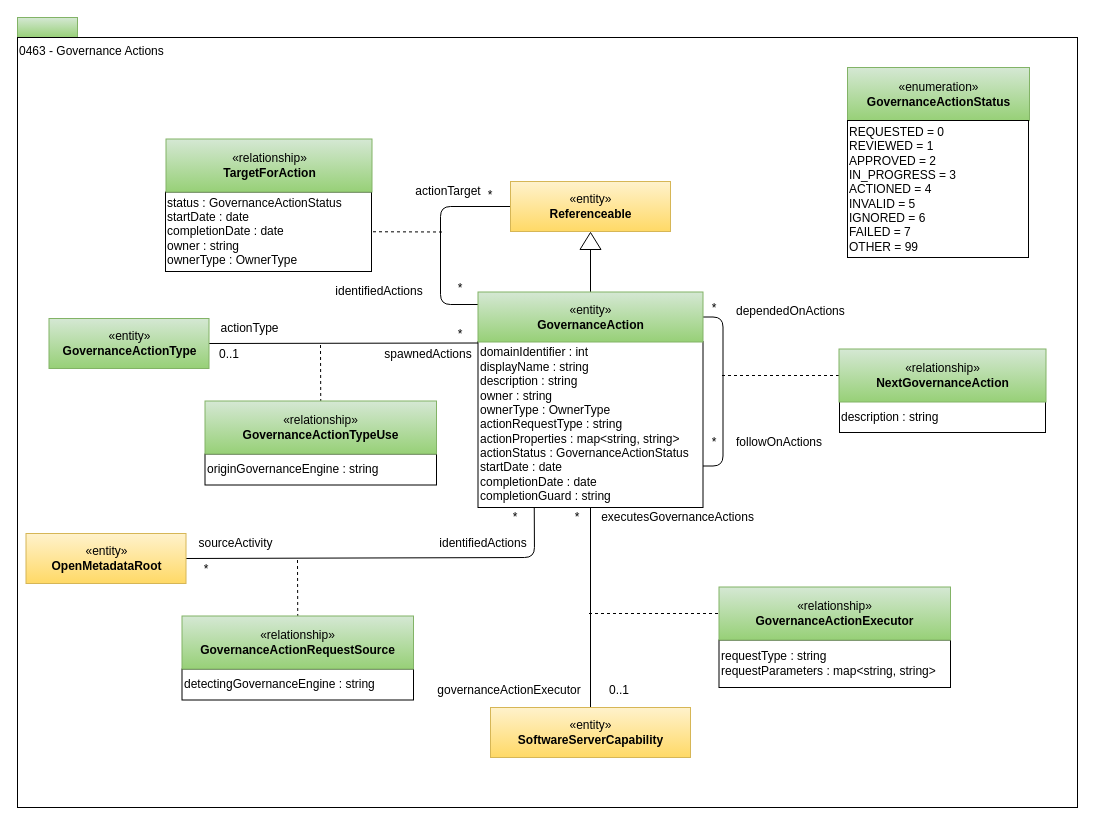
Above: page "0463-Governance-Actions" (23 of 28) of open-metadata-publication/website/open-metadata-types/area-4-governance.drawio in odpi/egeria (draw.io), before the change. Source tidied: cells renumbered, new cells numbered last; positions are measured from the earlier drawing's top-left corner, leaving out a move shared by most shapes. Both pictures are drawn from the tidied source at 100%, with x=0, y=0 at pixel (17, 17).
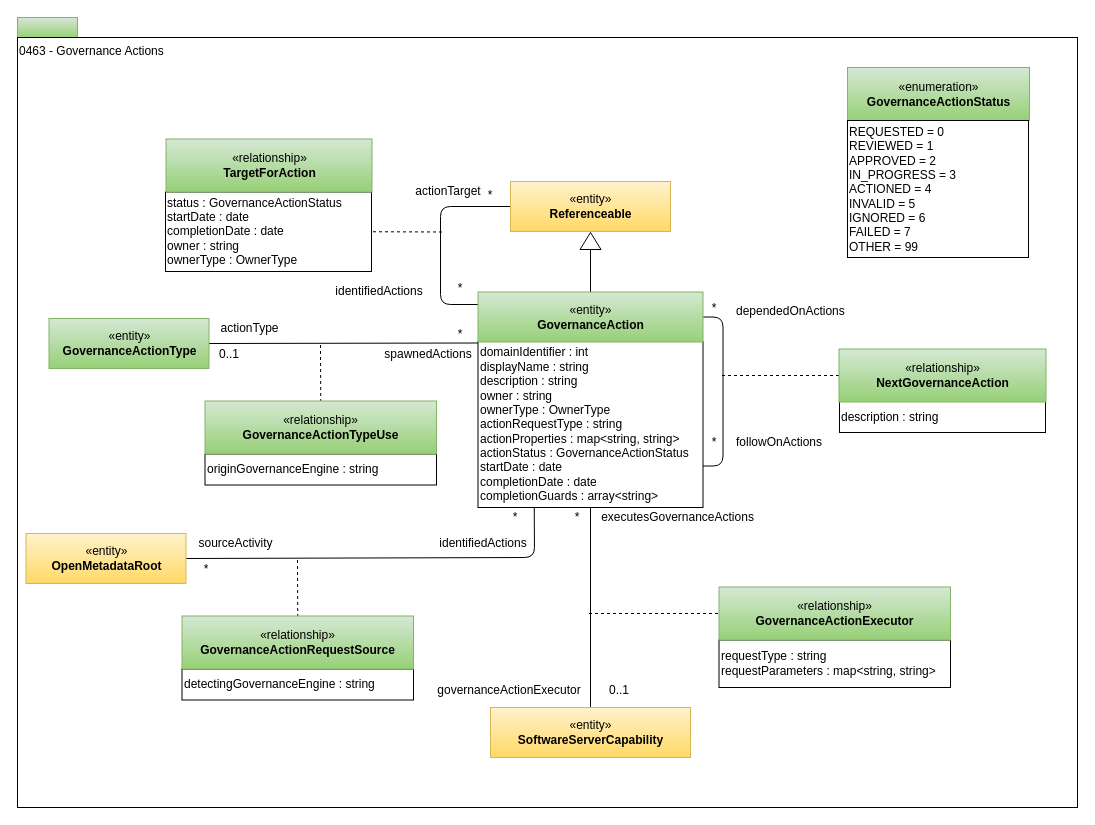
After the change.

What changed in the source:
```diff
@@
-    <mxCell id="5" value="domainIdentifier : int&lt;br&gt;&lt;span&gt;displayName : string&lt;/span&gt;&lt;br&gt;&lt;span&gt;description : string&lt;/span&gt;&lt;br&gt;owner : string&lt;br&gt;ownerType : OwnerType&lt;br&gt;actionRequestType : string&lt;br&gt;actionProperties : map&amp;lt;string, string&amp;gt;&lt;br&gt;&lt;span&gt;actionStatus : GovernanceActionStatus&lt;br&gt;&lt;/span&gt;startDate : date&lt;br&gt;completionDate : date&lt;br&gt;completionGuard : string&lt;span&gt;&lt;br&gt;&lt;/span&gt;" style="rounded=0;whiteSpace=wrap;html=1;strokeColor=#000000;gradientColor=#ffffff;align=left;" parent="1" vertex="1">
+    <mxCell id="5" value="domainIdentifier : int&lt;br&gt;&lt;span&gt;displayName : string&lt;/span&gt;&lt;br&gt;&lt;span&gt;description : string&lt;/span&gt;&lt;br&gt;owner : string&lt;br&gt;ownerType : OwnerType&lt;br&gt;actionRequestType : string&lt;br&gt;actionProperties : map&amp;lt;string, string&amp;gt;&lt;br&gt;&lt;span&gt;actionStatus : GovernanceActionStatus&lt;br&gt;&lt;/span&gt;startDate : date&lt;br&gt;completionDate : date&lt;br&gt;completionGuards : array&amp;lt;string&amp;gt;&lt;span&gt;&lt;br&gt;&lt;/span&gt;" style="rounded=0;whiteSpace=wrap;html=1;strokeColor=#000000;gradientColor=#ffffff;align=left;" parent="1" vertex="1">
       <mxGeometry x="460.5" y="324" width="225" height="166" as="geometry" />
     </mxCell>
```
